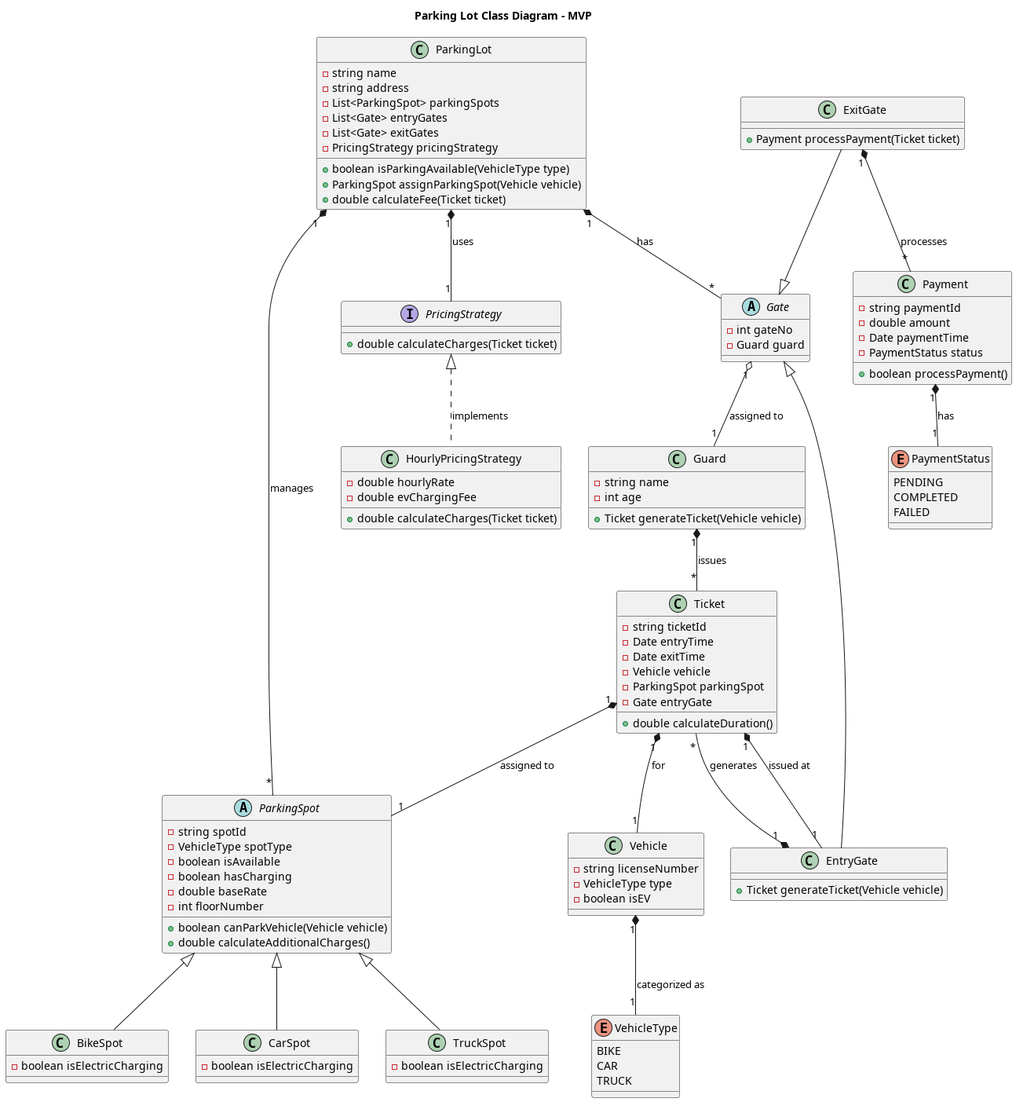
Earlier version of the PlantUML export classDiagram.png (Swarnim114/parking-lot-lld).
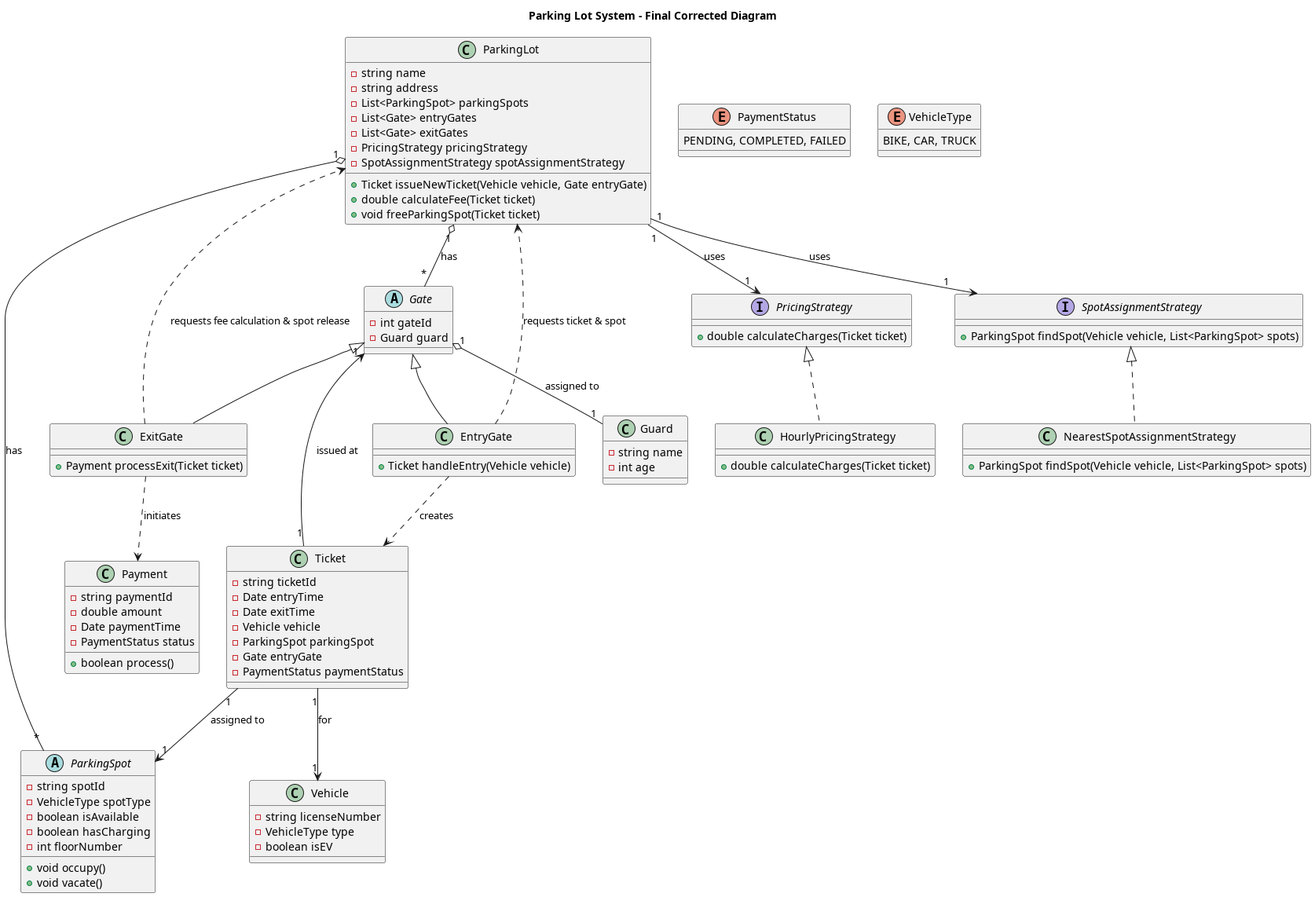
After the change.

Change to the diagram source:
```diff
@@ -1,5 +1,6 @@
 @startuml
-title Parking Lot Class Diagram - MVP
+title Parking Lot System - Final Corrected Diagram
+
 
 class ParkingLot {
     - string name
@@ -8,34 +9,26 @@
     - List<Gate> entryGates
     - List<Gate> exitGates
     - PricingStrategy pricingStrategy
-    + boolean isParkingAvailable(VehicleType type)
-    + ParkingSpot assignParkingSpot(Vehicle vehicle)
+    - SpotAssignmentStrategy spotAssignmentStrategy
+    + Ticket issueNewTicket(Vehicle vehicle, Gate entryGate)
     + double calculateFee(Ticket ticket)
+    + void freeParkingSpot(Ticket ticket)
 }
 
 abstract class Gate {
-    - int gateNo
+    - int gateId
     - Guard guard
 }
-
-class EntryGate {
-    + Ticket generateTicket(Vehicle vehicle)
+class EntryGate extends Gate {
+    + Ticket handleEntry(Vehicle vehicle)
 }
-
-class ExitGate {
-    + Payment processPayment(Ticket ticket)
+class ExitGate extends Gate {
+    + Payment processExit(Ticket ticket)
 }
 
 class Guard {
     - string name
     - int age
-    + Ticket generateTicket(Vehicle vehicle)
-}
-
-enum VehicleType {
-    BIKE
-    CAR
-    TRUCK
 }
 
 class Vehicle {
@@ -43,7 +36,6 @@
     - VehicleType type
     - boolean isEV
 }
-
 class Ticket {
     - string ticketId
     - Date entryTime
@@ -51,80 +43,66 @@
     - Vehicle vehicle
     - ParkingSpot parkingSpot
     - Gate entryGate
-    + double calculateDuration()
+    - PaymentStatus paymentStatus
 }
+
 
 abstract class ParkingSpot {
     - string spotId
     - VehicleType spotType
     - boolean isAvailable
     - boolean hasCharging
-    - double baseRate
     - int floorNumber
-    + boolean canParkVehicle(Vehicle vehicle)
-    + double calculateAdditionalCharges()
+    + void occupy()
+    + void vacate()
 }
 
-class BikeSpot {
-    - boolean isElectricCharging
-}
-
-class CarSpot {
-    - boolean isElectricCharging
-}
-
-class TruckSpot {
-    - boolean isElectricCharging
-}
-
-interface PricingStrategy {
-    + double calculateCharges(Ticket ticket)
-}
-
-class HourlyPricingStrategy {
-    - double hourlyRate
-    - double evChargingFee
-    + double calculateCharges(Ticket ticket)
-}
 
 class Payment {
     - string paymentId
     - double amount
     - Date paymentTime
     - PaymentStatus status
-    + boolean processPayment()
+    + boolean process()
+}
+enum PaymentStatus {
+    PENDING, COMPLETED, FAILED
+}
+enum VehicleType {
+    BIKE, CAR, TRUCK
 }
 
-enum PaymentStatus {
-    PENDING
-    COMPLETED
-    FAILED
+interface PricingStrategy {
+    + double calculateCharges(Ticket ticket)
+}
+class HourlyPricingStrategy implements PricingStrategy {
+    + double calculateCharges(Ticket ticket)
+}
+interface SpotAssignmentStrategy {
+    + ParkingSpot findSpot(Vehicle vehicle, List<ParkingSpot> spots)
+}
+class NearestSpotAssignmentStrategy implements SpotAssignmentStrategy {
+    + ParkingSpot findSpot(Vehicle vehicle, List<ParkingSpot> spots)
 }
 
-ParkingLot "1" *-- "*" ParkingSpot : manages
-ParkingLot "1" *-- "*" Gate : has
-ParkingLot "1" *-- "1" PricingStrategy : uses
+
+
+ParkingLot "1" o-- "*" ParkingSpot : has
+ParkingLot "1" o-- "*" Gate : has
+
+ParkingLot "1" --> "1" PricingStrategy : uses
+ParkingLot "1" --> "1" SpotAssignmentStrategy : uses
 
 Gate "1" o-- "1" Guard : assigned to
-EntryGate --|> Gate
-ExitGate --|> Gate
 
-ParkingSpot <|-- BikeSpot
-ParkingSpot <|-- CarSpot
-ParkingSpot <|-- TruckSpot
+Ticket "1" --> "1" Vehicle : for
+Ticket "1" --> "1" ParkingSpot : assigned to
+Ticket "1" --> "1" Gate : issued at
 
-Ticket "1" *-- "1" Vehicle : for
-Ticket "1" *-- "1" ParkingSpot : assigned to
-Ticket "1" *-- "1" EntryGate : issued at
+EntryGate ..> ParkingLot : requests ticket & spot
+ExitGate ..> ParkingLot : requests fee calculation & spot release
 
-Vehicle "1" *-- "1" VehicleType : categorized as
-
-PricingStrategy <|.. HourlyPricingStrategy : implements
-
-ExitGate "1" *-- "*" Payment : processes
-Payment "1" *-- "1" PaymentStatus : has
-
-EntryGate "1" *-- "*" Ticket : generates
-Guard "1" *-- "*" Ticket : issues
+EntryGate ..> Ticket : creates
+ExitGate ..> Payment : initiates
 
 @enduml
```
